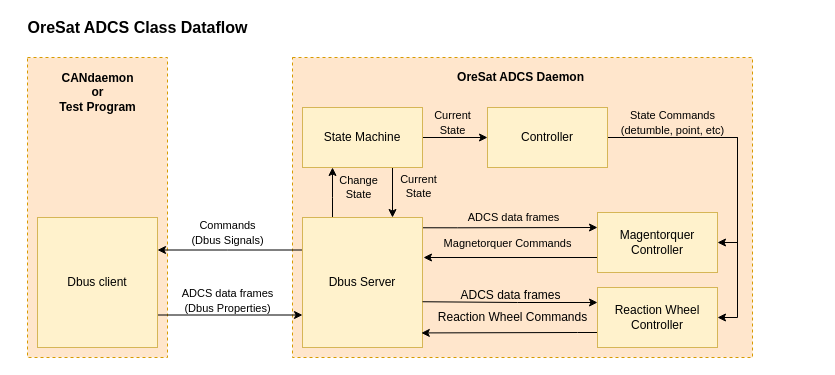
The draw.io diagram docs/adcs_class_data_flow.drawio in oresat/oresat-adcs-software, before the edit. Source tidied: cells renumbered, new cells numbered last; positions are measured from the earlier drawing's top-left corner, leaving out a move shared by most shapes. Both pictures are drawn from the tidied source at 100%, with x=0, y=0 at pixel (17, 17).
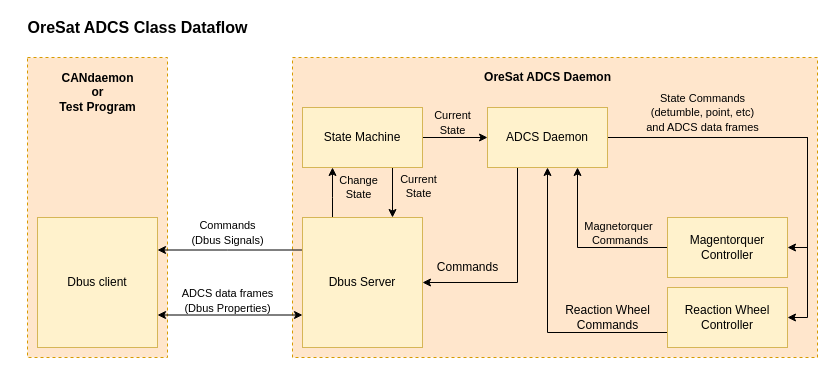
The same diagram, later.

Commit message (it also covers changes not shown here):
update diagram with new designed

The change refers to these unchanged cells:
```xml
<mxCell id="14" value="Dbus Server" style="rounded=0;whiteSpace=wrap;html=1;fillColor=#fff2cc;strokeColor=#d6b656;" parent="1" vertex="1">
  <mxGeometry x="285" y="200" width="120" height="130" as="geometry" />
</mxCell>
<mxCell id="16" value="Dbus client" style="rounded=0;whiteSpace=wrap;html=1;fillColor=#fff2cc;strokeColor=#d6b656;" parent="1" vertex="1">
  <mxGeometry x="20" y="200" width="120" height="130" as="geometry" />
</mxCell>
```

Diff of the diagram source:
```diff
@@
     <mxCell id="3" style="rounded=0;whiteSpace=wrap;html=1;dashed=1;fillColor=#ffe6cc;strokeColor=#d79b00;" parent="1" vertex="1">
-      <mxGeometry x="275" y="40" width="460" height="300" as="geometry" />
+      <mxGeometry x="275" y="40" width="525" height="300" as="geometry" />
     </mxCell>
     <mxCell id="4" style="edgeStyle=orthogonalEdgeStyle;rounded=0;jettySize=auto;html=1;startArrow=none;startFill=0;endArrow=classic;endFill=1;entryX=1;entryY=0.5;entryDx=0;entryDy=0;exitX=1;exitY=0.75;exitDx=0;exitDy=0;" parent="1" edge="1" source="6" target="21">
       <mxGeometry relative="1" as="geometry">
         <Array as="points">
-          <mxPoint x="580" y="120" />
-          <mxPoint x="720" y="120" />
-          <mxPoint x="720" y="225" />
+          <mxPoint x="590" y="120" />
+          <mxPoint x="790" y="120" />
+          <mxPoint x="790" y="230" />
         </Array>
       </mxGeometry>
     </mxCell>
     <mxCell id="5" style="edgeStyle=orthogonalEdgeStyle;rounded=0;jettySize=auto;html=1;startArrow=none;startFill=0;endArrow=classic;endFill=1;entryX=1;entryY=0.5;entryDx=0;entryDy=0;" parent="1" edge="1" source="6" target="24">
       <mxGeometry relative="1" as="geometry">
         <Array as="points">
-          <mxPoint x="720" y="120" />
-          <mxPoint x="720" y="300" />
+          <mxPoint x="790" y="120" />
+          <mxPoint x="790" y="300" />
         </Array>
       </mxGeometry>
     </mxCell>
+    <mxCell id="34" style="edgeStyle=orthogonalEdgeStyle;rounded=0;jettySize=auto;html=1;entryX=1;entryY=0.5;entryDx=0;entryDy=0;exitX=0.25;exitY=1;exitDx=0;exitDy=0;" parent="1" edge="1" source="6" target="14">
+      <mxGeometry relative="1" as="geometry">
+        <Array as="points">
+          <mxPoint x="500" y="265" />
+        </Array>
+      </mxGeometry>
+    </mxCell>
-    <mxCell id="6" value="Controller" style="rounded=0;whiteSpace=wrap;html=1;fillColor=#fff2cc;strokeColor=#d6b656;" parent="1" vertex="1">
+    <mxCell id="6" value="ADCS Daemon" style="rounded=0;whiteSpace=wrap;html=1;fillColor=#fff2cc;strokeColor=#d6b656;" parent="1" vertex="1">
       <mxGeometry x="470" y="90" width="120" height="60" as="geometry" />
     </mxCell>
-    <mxCell id="7" style="edgeStyle=orthogonalEdgeStyle;rounded=0;jettySize=auto;html=1;endArrow=classic;endFill=1;startArrow=none;startFill=0;entryX=0;entryY=0.25;entryDx=0;entryDy=0;exitX=1.002;exitY=0.079;exitDx=0;exitDy=0;exitPerimeter=0;" parent="1" edge="1" source="14" target="21">
-      <mxGeometry relative="1" as="geometry">
-        <Array as="points">
-          <mxPoint x="440" y="210" />
-        </Array>
-      </mxGeometry>
-    </mxCell>
-    <mxCell id="8" value="ADCS data frames" style="edgeLabel;html=1;align=center;verticalAlign=middle;labelBackgroundColor=none;" parent="7" vertex="1">
-      <mxGeometry x="0.04" relative="1" as="geometry">
-        <mxPoint x="-1" y="-10.2" as="offset" />
-      </mxGeometry>
-    </mxCell>
@@
-    <mxCell id="15" style="edgeStyle=orthogonalEdgeStyle;rounded=0;jettySize=auto;html=1;startArrow=none;startFill=0;endArrow=classic;endFill=1;exitX=1;exitY=0.75;exitDx=0;exitDy=0;entryX=0;entryY=0.75;entryDx=0;entryDy=0;" parent="1" edge="1" source="16" target="14">
+    <mxCell id="15" style="edgeStyle=orthogonalEdgeStyle;rounded=0;jettySize=auto;html=1;startArrow=classic;startFill=1;endArrow=classic;endFill=1;exitX=1;exitY=0.75;exitDx=0;exitDy=0;entryX=0;entryY=0.75;entryDx=0;entryDy=0;" parent="1" edge="1" source="16" target="14">
       <mxGeometry relative="1" as="geometry" />
     </mxCell>
@@
-    <mxCell id="19" style="edgeStyle=orthogonalEdgeStyle;rounded=0;jettySize=auto;html=1;startArrow=none;startFill=0;endArrow=classic;endFill=1;exitX=0;exitY=0.75;exitDx=0;exitDy=0;" parent="1" edge="1" source="21">
+    <mxCell id="19" style="edgeStyle=orthogonalEdgeStyle;rounded=0;jettySize=auto;html=1;startArrow=none;startFill=0;endArrow=classic;endFill=1;exitX=0;exitY=0.5;exitDx=0;exitDy=0;entryX=0.75;entryY=1;entryDx=0;entryDy=0;" parent="1" edge="1" source="21" target="6">
       <mxGeometry relative="1" as="geometry">
-        <mxPoint x="406" y="240" as="targetPoint" />
         <Array as="points">
-          <mxPoint x="406" y="240" />
+          <mxPoint x="560" y="230" />
         </Array>
       </mxGeometry>
     </mxCell>
-    <mxCell id="20" value="Magnetorquer Commands" style="edgeLabel;html=1;align=center;verticalAlign=middle;labelBackgroundColor=none;" parent="19" vertex="1">
+    <mxCell id="20" value="Magnetorquer&lt;br&gt;&amp;nbsp;Commands" style="edgeLabel;html=1;align=center;verticalAlign=middle;labelBackgroundColor=none;" parent="19" vertex="1">
       <mxGeometry x="0.11" y="1" relative="1" as="geometry">
-        <mxPoint x="6.8" y="-16" as="offset" />
+        <mxPoint x="41" y="-10.3" as="offset" />
       </mxGeometry>
     </mxCell>
     <mxCell id="21" value="Magentorquer Controller" style="rounded=0;whiteSpace=wrap;html=1;fillColor=#fff2cc;strokeColor=#d6b656;" parent="1" vertex="1">
-      <mxGeometry x="580" y="195" width="120" height="60" as="geometry" />
+      <mxGeometry x="650" y="200" width="120" height="60" as="geometry" />
     </mxCell>
-    <mxCell id="22" style="edgeStyle=orthogonalEdgeStyle;rounded=0;jettySize=auto;html=1;startArrow=none;startFill=0;endArrow=classic;endFill=1;entryX=0.99;entryY=0.888;entryDx=0;entryDy=0;entryPerimeter=0;exitX=0;exitY=0.75;exitDx=0;exitDy=0;" parent="1" edge="1" source="24" target="14">
+    <mxCell id="22" style="edgeStyle=orthogonalEdgeStyle;rounded=0;jettySize=auto;html=1;startArrow=none;startFill=0;endArrow=classic;endFill=1;entryX=0.5;entryY=1;entryDx=0;entryDy=0;exitX=0;exitY=0.75;exitDx=0;exitDy=0;" parent="1" edge="1" source="24" target="6">
       <mxGeometry relative="1" as="geometry">
         <Array as="points">
-          <mxPoint x="560" y="315" />
+          <mxPoint x="530" y="315" />
         </Array>
       </mxGeometry>
     </mxCell>
-    <mxCell id="23" style="edgeStyle=orthogonalEdgeStyle;rounded=0;jettySize=auto;html=1;startArrow=classic;startFill=1;endArrow=none;endFill=0;exitX=0;exitY=0.25;exitDx=0;exitDy=0;entryX=1;entryY=0.648;entryDx=0;entryDy=0;entryPerimeter=0;" parent="1" edge="1" source="24" target="14">
-      <mxGeometry relative="1" as="geometry">
-        <Array as="points">
-          <mxPoint x="500" y="285" />
-        </Array>
-      </mxGeometry>
-    </mxCell>
     <mxCell id="24" value="Reaction Wheel Controller" style="rounded=0;whiteSpace=wrap;html=1;fillColor=#fff2cc;strokeColor=#d6b656;" parent="1" vertex="1">
-      <mxGeometry x="580" y="270" width="120" height="60" as="geometry" />
+      <mxGeometry x="650" y="270" width="120" height="60" as="geometry" />
     </mxCell>
@@
-    <mxCell id="28" value="ADCS data frames" style="text;html=1;align=center;verticalAlign=middle;" parent="1" vertex="1">
-      <mxGeometry x="433" y="268" width="120" height="20" as="geometry" />
-    </mxCell>
-    <mxCell id="29" value="Reaction Wheel Commands" style="text;html=1;align=center;verticalAlign=middle;" parent="1" vertex="1">
-      <mxGeometry x="410" y="290" width="170" height="20" as="geometry" />
+    <mxCell id="29" value="Reaction Wheel&lt;br&gt;Commands" style="text;html=1;align=center;verticalAlign=middle;" parent="1" vertex="1">
+      <mxGeometry x="540" y="285" width="100" height="30" as="geometry" />
     </mxCell>
-    <mxCell id="30" value="&lt;font style=&quot;font-size: 11px&quot;&gt;State Commands&lt;br&gt;(detumble, point, etc)&lt;/font&gt;" style="text;html=1;align=center;verticalAlign=middle;" parent="1" vertex="1">
-      <mxGeometry x="590" y="90" width="130" height="30" as="geometry" />
+    <mxCell id="30" value="&lt;font style=&quot;font-size: 11px&quot;&gt;State Commands&lt;br&gt;(detumble, point, etc)&lt;br&gt;and ADCS data frames&lt;br&gt;&lt;/font&gt;" style="text;html=1;align=center;verticalAlign=middle;" parent="1" vertex="1">
+      <mxGeometry x="620" y="70" width="130" height="50" as="geometry" />
     </mxCell>
     <mxCell id="31" value="&lt;b&gt;OreSat ADCS Daemon&lt;/b&gt;" style="text;html=1;align=center;verticalAlign=middle;" parent="1" vertex="1">
-      <mxGeometry x="433" y="50" width="140" height="20" as="geometry" />
+      <mxGeometry x="460" y="50" width="140" height="20" as="geometry" />
     </mxCell>
@@
+    <mxCell id="35" value="Commands" style="text;html=1;align=center;verticalAlign=middle;" parent="1" vertex="1">
+      <mxGeometry x="410" y="240" width="80" height="20" as="geometry" />
+    </mxCell>
```
